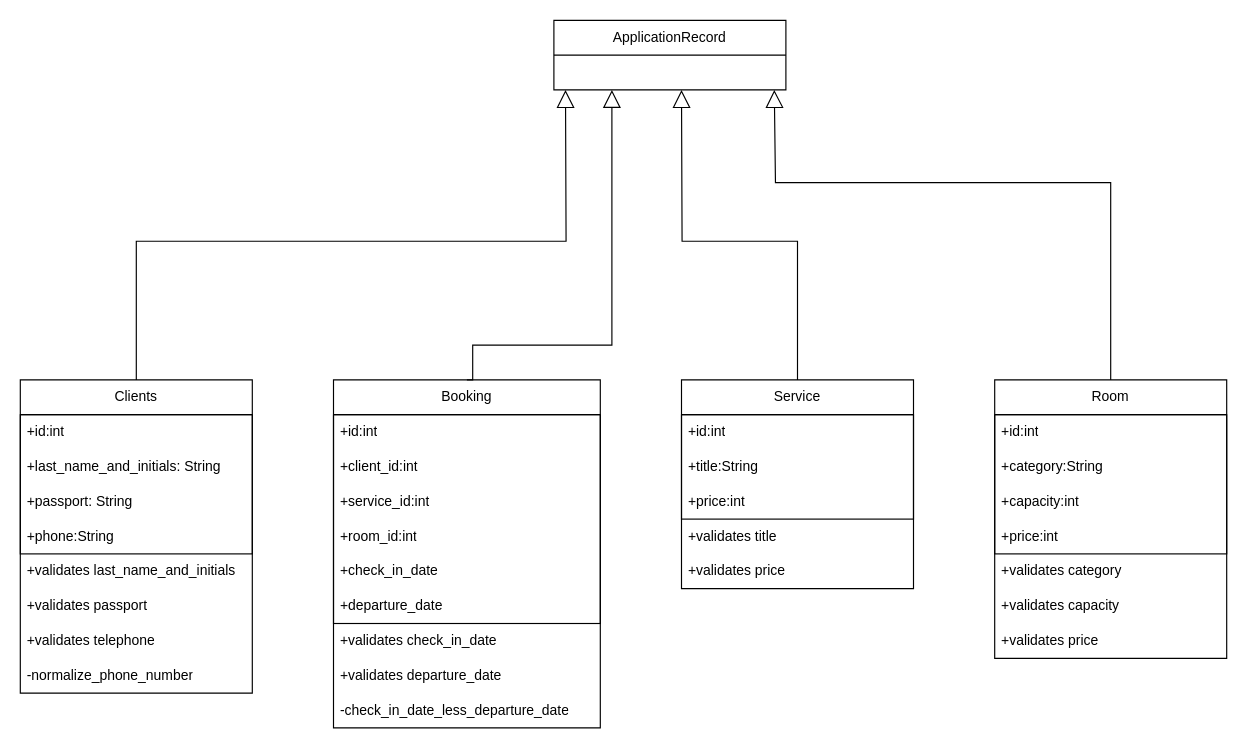
inbento/Design-Patterns keeps this draw.io diagram as hostel_ep/diagrams/ER_hostel/erd_models.drawio. Above is the earlier version. Source tidied: cells renumbered, new cells numbered last; positions are measured from the earlier drawing's top-left corner, leaving out a move shared by most shapes. Both pictures are drawn from the tidied source at 116%, with x=0, y=0 at pixel (20, 20).
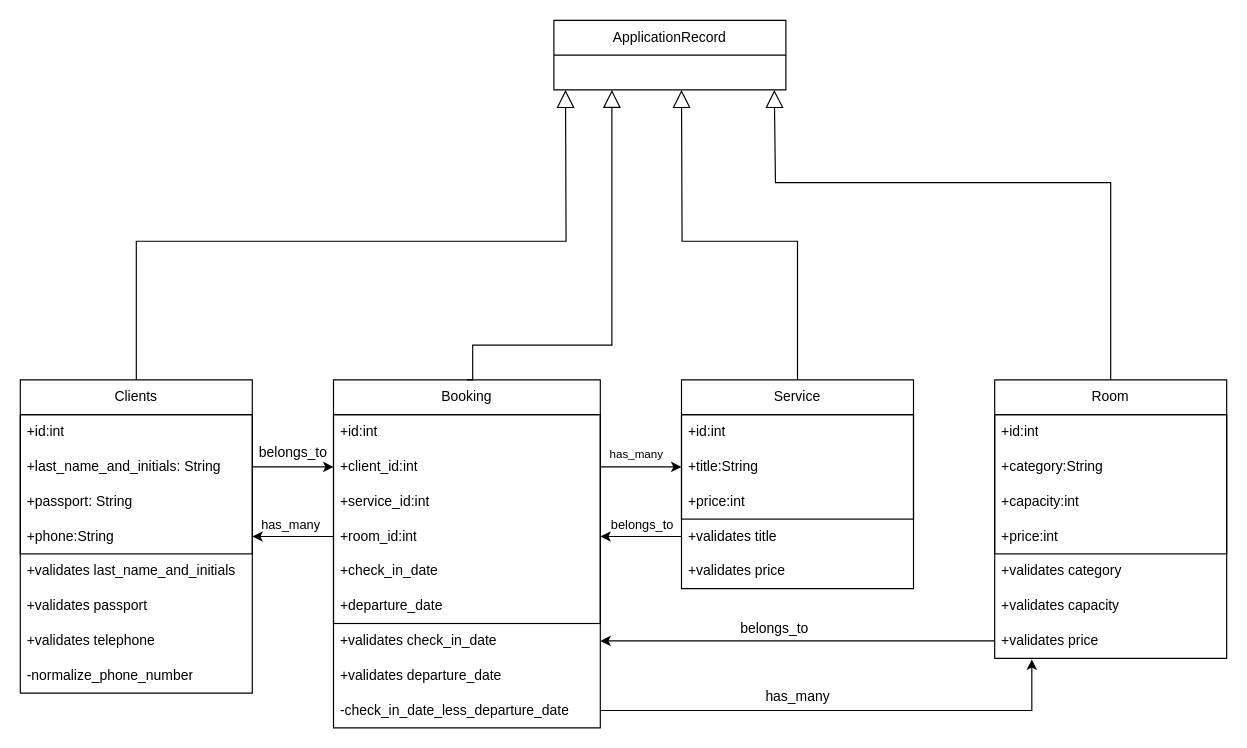
After the change.

The change refers to these unchanged cells:
```xml
<mxCell id="3" value="Booking" style="swimlane;fontStyle=0;horizontal=1;startSize=30;whiteSpace=wrap;html=1;" parent="1" vertex="1">
  <mxGeometry x="270" y="310" width="230" height="300" as="geometry" />
</mxCell>
<mxCell id="6" value="+client_id:int" style="text;strokeColor=none;fillColor=none;align=left;verticalAlign=middle;spacingLeft=4;spacingRight=4;overflow=hidden;points=[[0,0.5],[1,0.5]];portConstraint=eastwest;whiteSpace=wrap;html=1;" parent="4" vertex="1">
  <mxGeometry y="30" width="200" height="30" as="geometry" />
</mxCell>
<mxCell id="8" value="+room_id:int" style="text;strokeColor=none;fillColor=none;align=left;verticalAlign=middle;spacingLeft=4;spacingRight=4;overflow=hidden;points=[[0,0.5],[1,0.5]];portConstraint=eastwest;whiteSpace=wrap;html=1;" parent="4" vertex="1">
  <mxGeometry y="90" width="200" height="30" as="geometry" />
</mxCell>
<mxCell id="11" value="+validates check_in_date" style="text;strokeColor=none;fillColor=none;align=left;verticalAlign=middle;spacingLeft=4;spacingRight=4;overflow=hidden;points=[[0,0.5],[1,0.5]];portConstraint=eastwest;whiteSpace=wrap;html=1;" parent="3" vertex="1">
  <mxGeometry y="210" width="230" height="30" as="geometry" />
</mxCell>
<mxCell id="13" value="-check_in_date_less_departure_date" style="text;strokeColor=none;fillColor=none;align=left;verticalAlign=middle;spacingLeft=4;spacingRight=4;overflow=hidden;points=[[0,0.5],[1,0.5]];portConstraint=eastwest;whiteSpace=wrap;html=1;" parent="3" vertex="1">
  <mxGeometry y="270" width="230" height="30" as="geometry" />
</mxCell>
<mxCell id="14" value="Service" style="swimlane;fontStyle=0;horizontal=1;startSize=30;whiteSpace=wrap;html=1;" parent="1" vertex="1">
  <mxGeometry x="570" y="310" width="200" height="180" as="geometry" />
</mxCell>
<mxCell id="17" value="+title:String" style="text;strokeColor=none;fillColor=none;align=left;verticalAlign=middle;spacingLeft=4;spacingRight=4;overflow=hidden;points=[[0,0.5],[1,0.5]];portConstraint=eastwest;whiteSpace=wrap;html=1;" parent="15" vertex="1">
  <mxGeometry y="30" width="200" height="30" as="geometry" />
</mxCell>
<mxCell id="19" value="+validates title" style="text;strokeColor=none;fillColor=none;align=left;verticalAlign=middle;spacingLeft=4;spacingRight=4;overflow=hidden;points=[[0,0.5],[1,0.5]];portConstraint=eastwest;whiteSpace=wrap;html=1;" parent="14" vertex="1">
  <mxGeometry y="120" width="200" height="30" as="geometry" />
</mxCell>
<mxCell id="29" value="+validates price" style="text;strokeColor=none;fillColor=none;align=left;verticalAlign=middle;spacingLeft=4;spacingRight=4;overflow=hidden;points=[[0,0.5],[1,0.5]];portConstraint=eastwest;whiteSpace=wrap;html=1;" parent="21" vertex="1">
  <mxGeometry y="210" width="200" height="30" as="geometry" />
</mxCell>
<mxCell id="33" value="+last_name_and_initials: String" style="text;strokeColor=none;fillColor=none;align=left;verticalAlign=middle;spacingLeft=4;spacingRight=4;overflow=hidden;points=[[0,0.5],[1,0.5]];portConstraint=eastwest;whiteSpace=wrap;html=1;" parent="31" vertex="1">
  <mxGeometry y="30" width="200" height="30" as="geometry" />
</mxCell>
<mxCell id="35" value="+phone:String" style="text;strokeColor=none;fillColor=none;align=left;verticalAlign=middle;spacingLeft=4;spacingRight=4;overflow=hidden;points=[[0,0.5],[1,0.5]];portConstraint=eastwest;whiteSpace=wrap;html=1;" parent="31" vertex="1">
  <mxGeometry y="90" width="200" height="30" as="geometry" />
</mxCell>
```

What changed in the source:
```diff
@@
+    <mxCell id="44" style="edgeStyle=orthogonalEdgeStyle;rounded=0;jettySize=auto;html=1;exitX=1;exitY=0.25;exitDx=0;exitDy=0;entryX=0;entryY=0.5;entryDx=0;entryDy=0;" parent="1" edge="1" source="3" target="17">
+      <mxGeometry relative="1" as="geometry" />
+    </mxCell>
@@
+    <mxCell id="45" style="edgeStyle=orthogonalEdgeStyle;rounded=0;jettySize=auto;html=1;exitX=0;exitY=0.5;exitDx=0;exitDy=0;" parent="14" edge="1" source="19">
+      <mxGeometry relative="1" as="geometry">
+        <mxPoint x="-70" y="135" as="targetPoint" />
+      </mxGeometry>
+    </mxCell>
@@
+    <mxCell id="46" value="&lt;font style=&quot;font-size: 10px;&quot;&gt;has_many&lt;/font&gt;" style="text;html=1;align=center;verticalAlign=middle;strokeColor=none;fillColor=none;" parent="1" vertex="1">
+      <mxGeometry x="496" y="359" width="70" height="30" as="geometry" />
+    </mxCell>
+    <mxCell id="47" value="&lt;font style=&quot;font-size: 11px;&quot;&gt;belongs_to&lt;/font&gt;" style="text;html=1;align=center;verticalAlign=middle;strokeColor=none;fillColor=none;" parent="1" vertex="1">
+      <mxGeometry x="496" y="420" width="80" height="30" as="geometry" />
+    </mxCell>
+    <mxCell id="48" style="edgeStyle=orthogonalEdgeStyle;rounded=0;jettySize=auto;html=1;exitX=0;exitY=0.5;exitDx=0;exitDy=0;entryX=1;entryY=0.5;entryDx=0;entryDy=0;" parent="1" edge="1" source="29" target="11">
+      <mxGeometry relative="1" as="geometry" />
+    </mxCell>
+    <mxCell id="49" value="belongs_to" style="text;html=1;align=center;verticalAlign=middle;strokeColor=none;fillColor=none;" parent="1" vertex="1">
+      <mxGeometry x="610" y="510" width="80" height="30" as="geometry" />
+    </mxCell>
+    <mxCell id="50" style="edgeStyle=orthogonalEdgeStyle;rounded=0;jettySize=auto;html=1;exitX=1;exitY=0.5;exitDx=0;exitDy=0;entryX=0.16;entryY=1.033;entryDx=0;entryDy=0;entryPerimeter=0;" parent="1" edge="1" source="13" target="29">
+      <mxGeometry relative="1" as="geometry" />
+    </mxCell>
+    <mxCell id="51" value="has_many" style="text;html=1;align=center;verticalAlign=middle;strokeColor=none;fillColor=none;" parent="1" vertex="1">
+      <mxGeometry x="630" y="568" width="80" height="30" as="geometry" />
+    </mxCell>
+    <mxCell id="52" style="edgeStyle=orthogonalEdgeStyle;rounded=0;jettySize=auto;html=1;exitX=1;exitY=0.5;exitDx=0;exitDy=0;" parent="1" edge="1" source="33" target="6">
+      <mxGeometry relative="1" as="geometry" />
+    </mxCell>
+    <mxCell id="53" style="edgeStyle=orthogonalEdgeStyle;rounded=0;jettySize=auto;html=1;exitX=0;exitY=0.5;exitDx=0;exitDy=0;entryX=1;entryY=0.5;entryDx=0;entryDy=0;" parent="1" edge="1" source="8" target="35">
+      <mxGeometry relative="1" as="geometry" />
+    </mxCell>
+    <mxCell id="54" value="&lt;font style=&quot;font-size: 11px;&quot;&gt;has_many&lt;/font&gt;" style="text;html=1;align=center;verticalAlign=middle;strokeColor=none;fillColor=none;" parent="1" vertex="1">
+      <mxGeometry x="198" y="420" width="70" height="30" as="geometry" />
+    </mxCell>
+    <mxCell id="55" value="belongs_to" style="text;html=1;align=center;verticalAlign=middle;strokeColor=none;fillColor=none;" parent="1" vertex="1">
+      <mxGeometry x="195" y="358" width="80" height="30" as="geometry" />
+    </mxCell>
```
